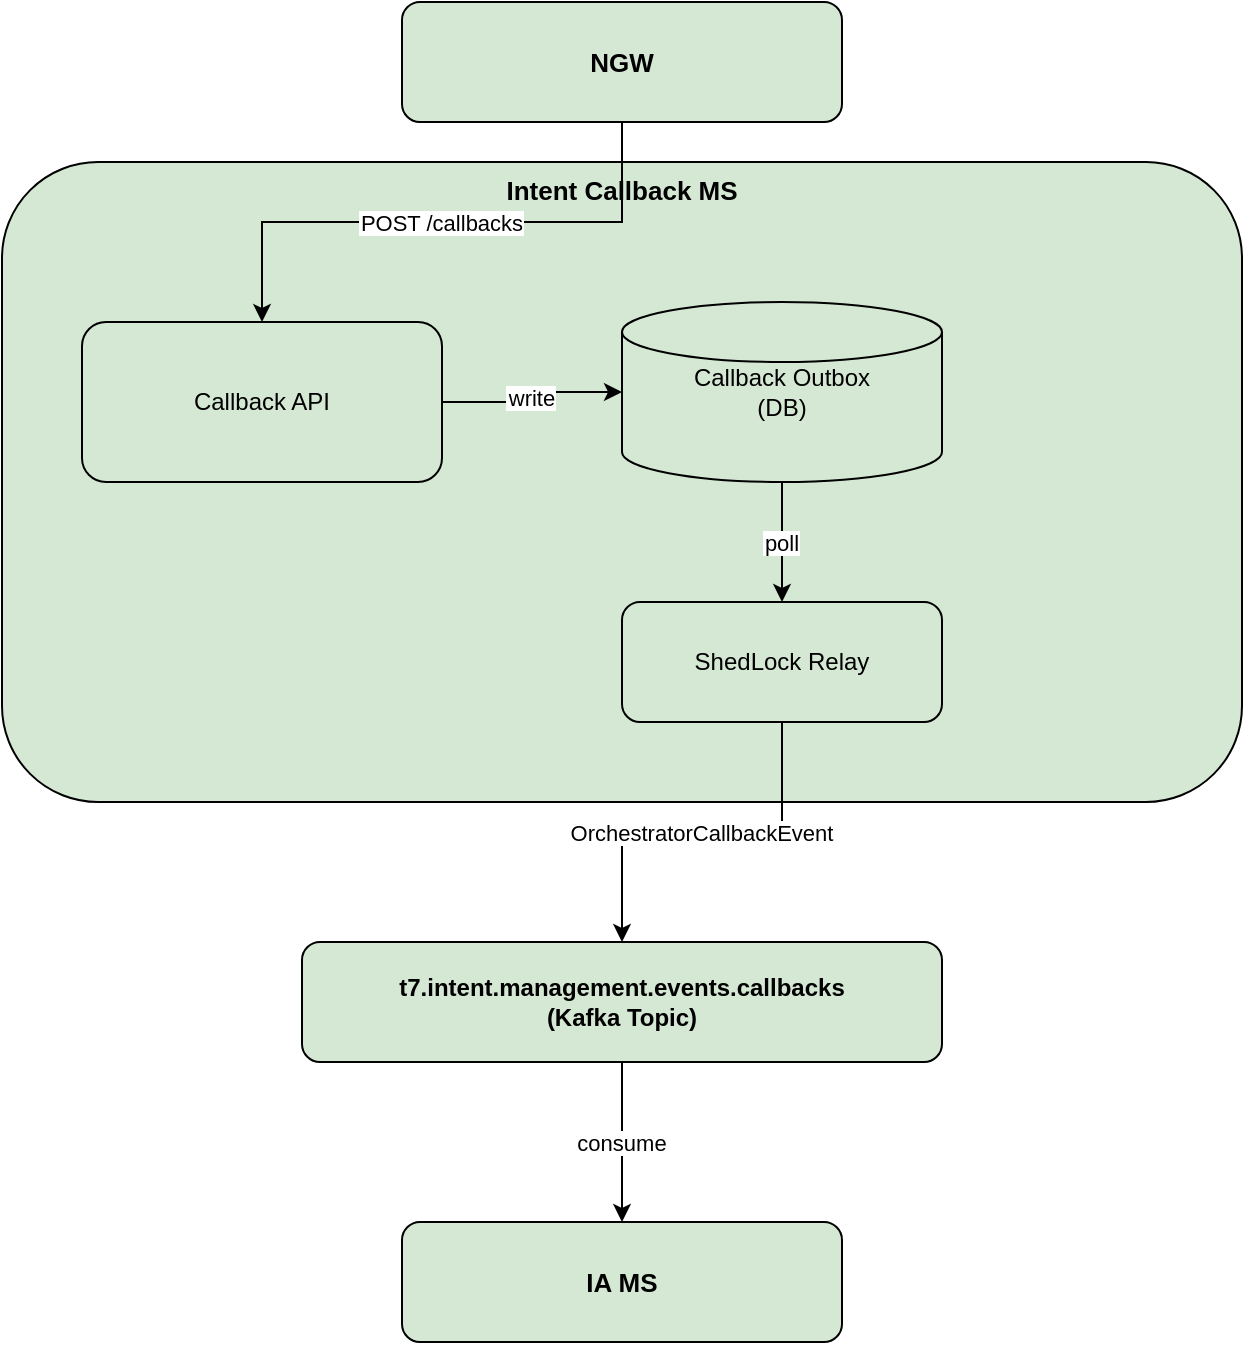
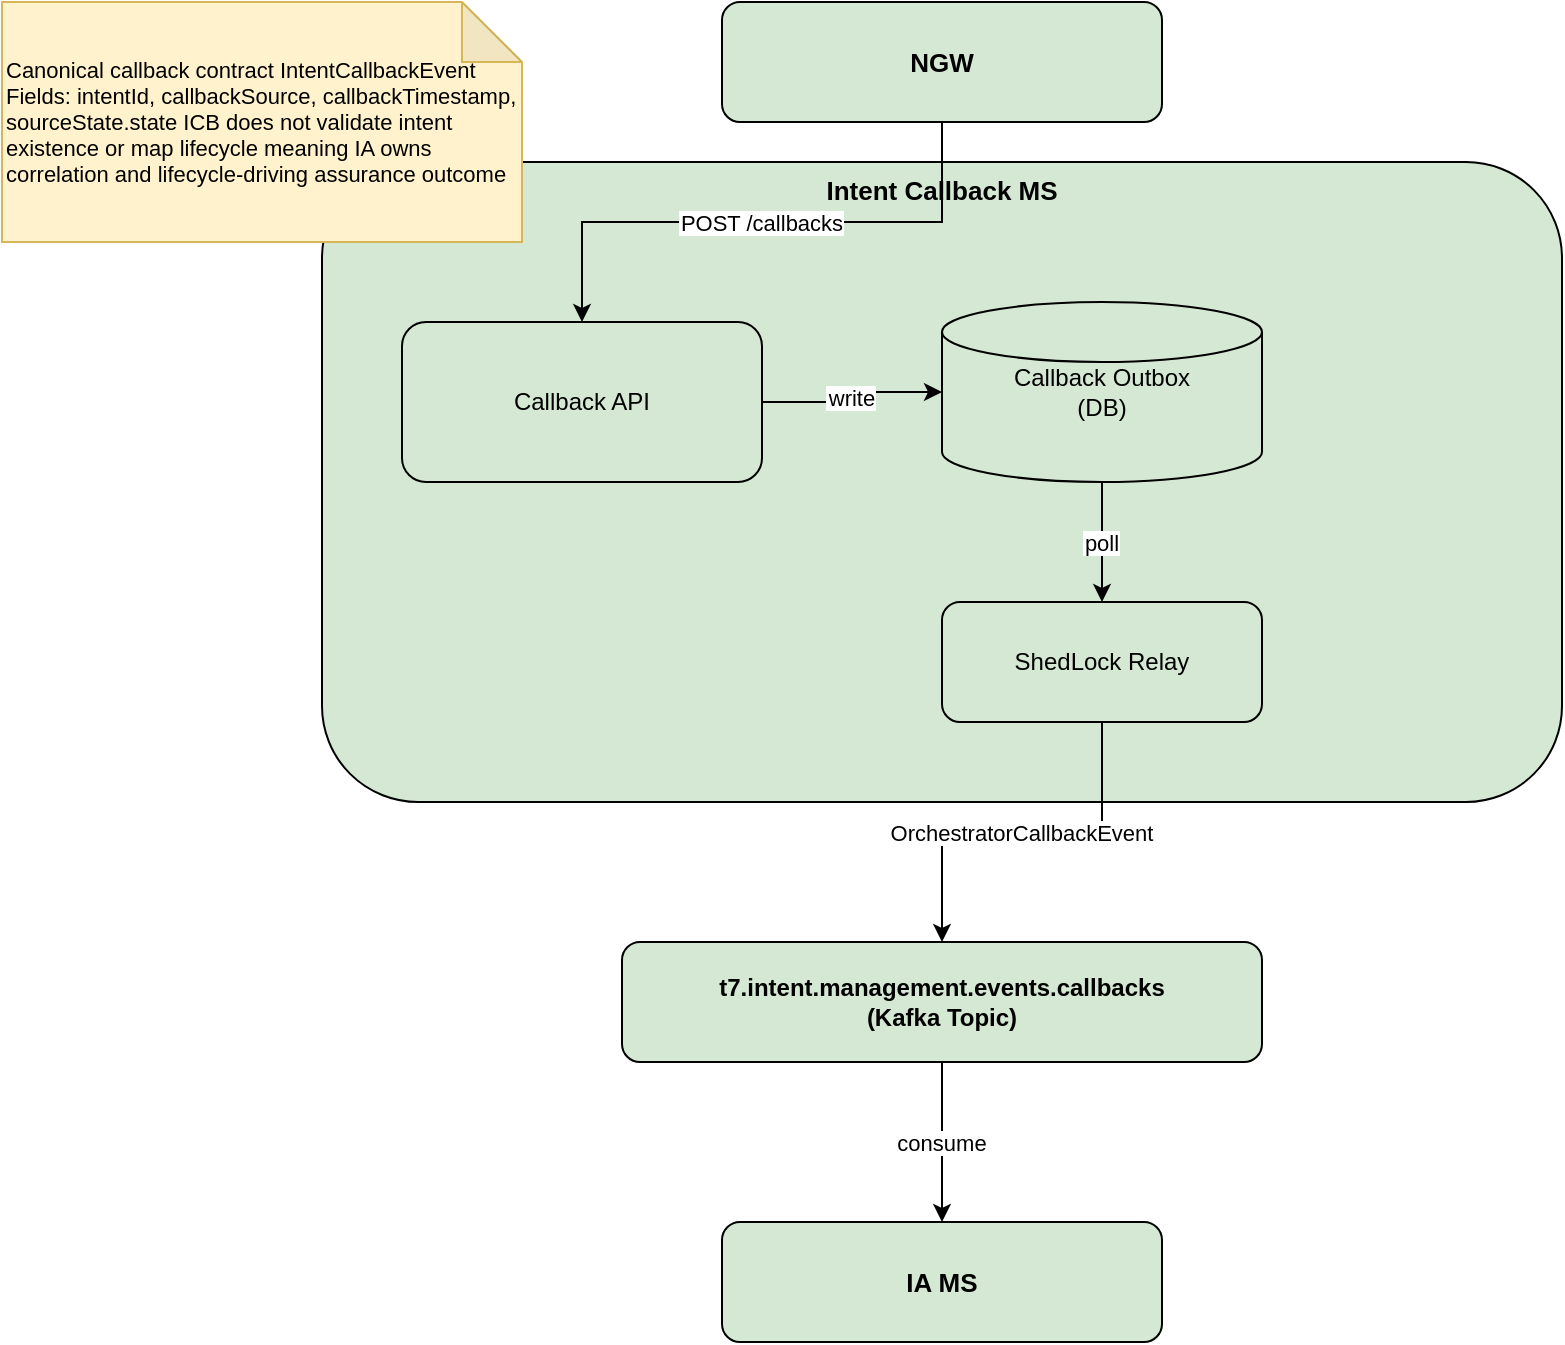
<mxfile host="65bd71144e">
    <diagram name="ICB MS Logical View" id="0">
        <mxGraphModel dx="584" dy="638" grid="1" gridSize="10" guides="1" tooltips="1" connect="1" arrows="1" fold="1" page="1" pageScale="1" pageWidth="1169" pageHeight="827" math="0" shadow="0" adaptiveColors="none">
            <root>
                <mxCell id="0"/>
                <mxCell id="1" parent="0"/>
                <mxCell id="2" value="NGW" style="rounded=1;whiteSpace=wrap;html=1;fillColor=#d5e8d4;strokeColor=default;fontStyle=1;fontSize=13;" parent="1" vertex="1">
                    <mxGeometry x="400" y="40" width="220" height="60" as="geometry"/>
                </mxCell>
                <mxCell id="3" value="Intent Callback MS" style="rounded=1;whiteSpace=wrap;html=1;fillColor=#d5e8d4;strokeColor=default;fontStyle=1;fontSize=13;verticalAlign=top;" parent="1" vertex="1">
                    <mxGeometry x="200" y="120" width="620" height="320" as="geometry"/>
                </mxCell>
                <mxCell id="4" value="Callback API" style="rounded=1;whiteSpace=wrap;html=1;fillColor=#d5e8d4;strokeColor=default;fontSize=12;" parent="1" vertex="1">
                    <mxGeometry x="240" y="200" width="180" height="80" as="geometry"/>
                </mxCell>
                <mxCell id="5" value="Callback Outbox&#xa;(DB)" style="shape=cylinder3;whiteSpace=wrap;html=1;fillColor=#d5e8d4;strokeColor=default;fontSize=12;" parent="1" vertex="1">
                    <mxGeometry x="510" y="190" width="160" height="90" as="geometry"/>
                </mxCell>
                <mxCell id="6" value="ShedLock Relay" style="rounded=1;whiteSpace=wrap;html=1;fillColor=#d5e8d4;strokeColor=default;fontSize=12;" parent="1" vertex="1">
                    <mxGeometry x="510" y="340" width="160" height="60" as="geometry"/>
                </mxCell>
                <mxCell id="7" value="t7.intent.management.events.callbacks&#xa;(Kafka Topic)" style="rounded=1;whiteSpace=wrap;html=1;fillColor=#d5e8d4;strokeColor=default;fontStyle=1;fontSize=12;" parent="1" vertex="1">
                    <mxGeometry x="350" y="510" width="320" height="60" as="geometry"/>
                </mxCell>
                <mxCell id="8" value="IA MS" style="rounded=1;whiteSpace=wrap;html=1;fillColor=#d5e8d4;strokeColor=default;fontStyle=1;fontSize=13;" parent="1" vertex="1">
                    <mxGeometry x="400" y="650" width="220" height="60" as="geometry"/>
                </mxCell>
                <mxCell id="9" value="POST /callbacks" style="edgeStyle=orthogonalEdgeStyle;rounded=0;orthogonalLoop=1;jettySize=auto;exitX=0.5;exitY=1;entryX=0.5;entryY=0;fontSize=11;fillColor=#d5e8d4;strokeColor=default;" parent="1" source="2" target="4" edge="1">
                    <mxGeometry relative="1" as="geometry"/>
                </mxCell>
                <mxCell id="10" value="write" style="edgeStyle=orthogonalEdgeStyle;rounded=0;fontSize=11;fillColor=#d5e8d4;strokeColor=default;" parent="1" source="4" target="5" edge="1">
                    <mxGeometry relative="1" as="geometry"/>
                </mxCell>
                <mxCell id="11" value="poll" style="edgeStyle=orthogonalEdgeStyle;rounded=0;fontSize=11;fillColor=#d5e8d4;strokeColor=default;" parent="1" source="5" target="6" edge="1">
                    <mxGeometry relative="1" as="geometry"/>
                </mxCell>
                <mxCell id="12" value="OrchestratorCallbackEvent" style="edgeStyle=orthogonalEdgeStyle;rounded=0;fontSize=11;fillColor=#d5e8d4;strokeColor=default;" parent="1" source="6" target="7" edge="1">
                    <mxGeometry relative="1" as="geometry"/>
                </mxCell>
                <mxCell id="13" value="consume" style="edgeStyle=orthogonalEdgeStyle;rounded=0;fontSize=11;fillColor=#d5e8d4;strokeColor=default;" parent="1" source="7" target="8" edge="1">
                    <mxGeometry relative="1" as="geometry"/>
                </mxCell>
-             </root>
+ 
+         <mxCell id="icb_contract_note" value="Canonical callback contract
+ IntentCallbackEvent
+ Fields: intentId, callbackSource, callbackTimestamp, sourceState.state
+ ICB does not validate intent existence or map lifecycle meaning
+ IA owns correlation and lifecycle-driving assurance outcome" style="shape=note;whiteSpace=wrap;html=1;backgroundOutline=1;darkOpacity=0.05;fillColor=#fff2cc;strokeColor=#d6b656;fontSize=11;align=left;" vertex="1" parent="1">
+           <mxGeometry x="40" y="40" width="260" height="120" as="geometry" />
+         </mxCell>
+ 
+ </root>
        </mxGraphModel>
    </diagram>
</mxfile>